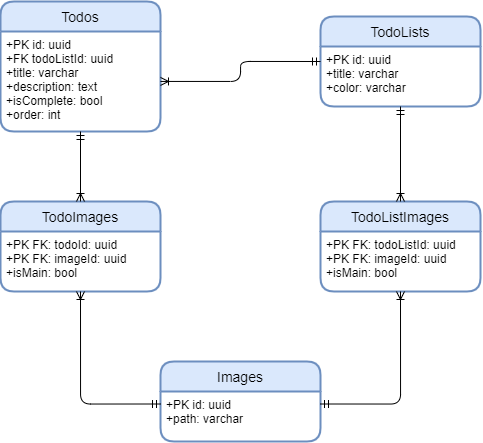
Before: todo-app-diagram.png, a diagram exported from draw.io (rubenfgr/todo-nestjs-angular). Source tidied: cells renumbered, new cells last; positions are measured from the earlier drawing's top-left corner, leaving out a move shared by most shapes.
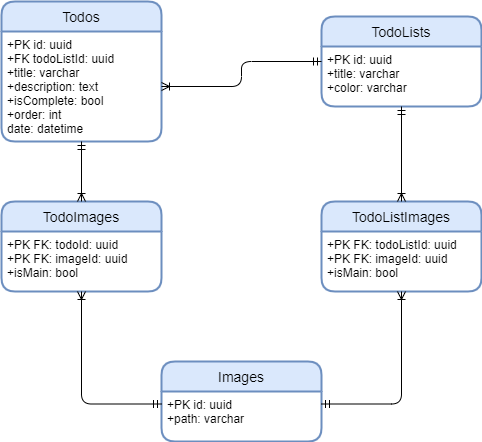
After the change.

What changed in the source:
```diff
@@ -3,33 +3,33 @@
     <mxCell id="0" />
     <mxCell id="1" parent="0" />
     <mxCell id="2" value="Todos" style="swimlane;horizontal=1;startSize=30;rounded=1;fontSize=14;fontStyle=0;strokeWidth=2;shadow=0;dashed=0;align=center;fillColor=#dae8fc;strokeColor=#6c8ebf;" parent="1" vertex="1">
-      <mxGeometry width="160" height="130" as="geometry" />
+      <mxGeometry width="160" height="140" as="geometry" />
     </mxCell>
-    <mxCell id="3" value="+PK id: uuid&#10;+FK todoListId: uuid&#10;+title: varchar&#10;+description: text&#10;+isComplete: bool&#10;+order: int" style="align=left;strokeColor=none;fillColor=none;spacingLeft=4;fontSize=12;verticalAlign=top;labelBackgroundColor=default;" parent="2" vertex="1">
-      <mxGeometry y="30" width="160" height="100" as="geometry" />
+    <mxCell id="3" value="+PK id: uuid&#10;+FK todoListId: uuid&#10;+title: varchar&#10;+description: text&#10;+isComplete: bool&#10;+order: int&#10;date: datetime" style="align=left;strokeColor=none;fillColor=none;spacingLeft=4;fontSize=12;verticalAlign=top;labelBackgroundColor=none;" parent="2" vertex="1">
+      <mxGeometry y="30" width="160" height="110" as="geometry" />
     </mxCell>
     <mxCell id="4" value="TodoLists" style="swimlane;horizontal=1;startSize=30;rounded=1;fontSize=14;fontStyle=0;strokeWidth=2;shadow=0;dashed=0;align=center;fillColor=#dae8fc;strokeColor=#6c8ebf;" parent="1" vertex="1">
       <mxGeometry x="320" y="15" width="160" height="90" as="geometry" />
     </mxCell>
-    <mxCell id="5" value="+PK id: uuid&#10;+title: varchar&#10;+color: varchar" style="align=left;strokeColor=none;fillColor=none;spacingLeft=4;fontSize=12;verticalAlign=top;labelBackgroundColor=default;" parent="4" vertex="1">
+    <mxCell id="5" value="+PK id: uuid&#10;+title: varchar&#10;+color: varchar" style="align=left;strokeColor=none;fillColor=none;spacingLeft=4;fontSize=12;verticalAlign=top;labelBackgroundColor=none;" parent="4" vertex="1">
       <mxGeometry y="30" width="160" height="60" as="geometry" />
     </mxCell>
     <mxCell id="6" value="Images" style="swimlane;horizontal=1;startSize=30;rounded=1;fontSize=14;fontStyle=0;strokeWidth=2;shadow=0;dashed=0;align=center;fillColor=#dae8fc;strokeColor=#6c8ebf;" parent="1" vertex="1">
       <mxGeometry x="160" y="360" width="160" height="80" as="geometry" />
     </mxCell>
-    <mxCell id="7" value="+PK id: uuid&#10;+path: varchar" style="align=left;strokeColor=none;fillColor=none;spacingLeft=4;fontSize=12;verticalAlign=top;labelBackgroundColor=default;" parent="6" vertex="1">
+    <mxCell id="7" value="+PK id: uuid&#10;+path: varchar" style="align=left;strokeColor=none;fillColor=none;spacingLeft=4;fontSize=12;verticalAlign=top;labelBackgroundColor=none;" parent="6" vertex="1">
       <mxGeometry y="30" width="160" height="50" as="geometry" />
     </mxCell>
     <mxCell id="8" value="TodoImages" style="swimlane;horizontal=1;startSize=30;rounded=1;fontSize=14;fontStyle=0;strokeWidth=2;shadow=0;dashed=0;align=center;fillColor=#dae8fc;strokeColor=#6c8ebf;" parent="1" vertex="1">
       <mxGeometry y="200" width="160" height="90" as="geometry" />
     </mxCell>
-    <mxCell id="9" value="+PK FK: todoId: uuid&#10;+PK FK: imageId: uuid&#10;+isMain: bool" style="align=left;strokeColor=none;fillColor=none;spacingLeft=4;fontSize=12;verticalAlign=top;labelBackgroundColor=default;" parent="8" vertex="1">
+    <mxCell id="9" value="+PK FK: todoId: uuid&#10;+PK FK: imageId: uuid&#10;+isMain: bool" style="align=left;strokeColor=none;fillColor=none;spacingLeft=4;fontSize=12;verticalAlign=top;labelBackgroundColor=none;" parent="8" vertex="1">
       <mxGeometry y="30" width="160" height="60" as="geometry" />
     </mxCell>
-    <mxCell id="10" value="TodoListImages" style="swimlane;horizontal=1;startSize=30;rounded=1;fontSize=14;fontStyle=0;strokeWidth=2;shadow=0;dashed=0;align=center;fillColor=#dae8fc;strokeColor=#6c8ebf;" parent="1" vertex="1">
+    <mxCell id="10" value="TodoListImages" style="swimlane;horizontal=1;startSize=30;rounded=1;fontSize=14;fontStyle=0;strokeWidth=2;shadow=0;dashed=0;align=center;fillColor=#dae8fc;strokeColor=#6c8ebf;fillOpacity=100;" parent="1" vertex="1">
       <mxGeometry x="320" y="200" width="160" height="90" as="geometry" />
     </mxCell>
-    <mxCell id="11" value="+PK FK: todoListId: uuid&#10;+PK FK: imageId: uuid&#10;+isMain: bool" style="align=left;strokeColor=none;fillColor=none;spacingLeft=4;fontSize=12;verticalAlign=top;labelBackgroundColor=default;" parent="10" vertex="1">
+    <mxCell id="11" value="+PK FK: todoListId: uuid&#10;+PK FK: imageId: uuid&#10;+isMain: bool" style="align=left;strokeColor=none;fillColor=none;spacingLeft=4;fontSize=12;verticalAlign=top;labelBackgroundColor=none;" parent="10" vertex="1">
       <mxGeometry y="30" width="160" height="60" as="geometry" />
     </mxCell>
     <mxCell id="12" style="edgeStyle=orthogonalEdgeStyle;html=1;entryX=0;entryY=0.25;entryDx=0;entryDy=0;endArrow=ERmandOne;endFill=0;startArrow=ERoneToMany;startFill=0;" parent="1" edge="1" source="3" target="5">
```
